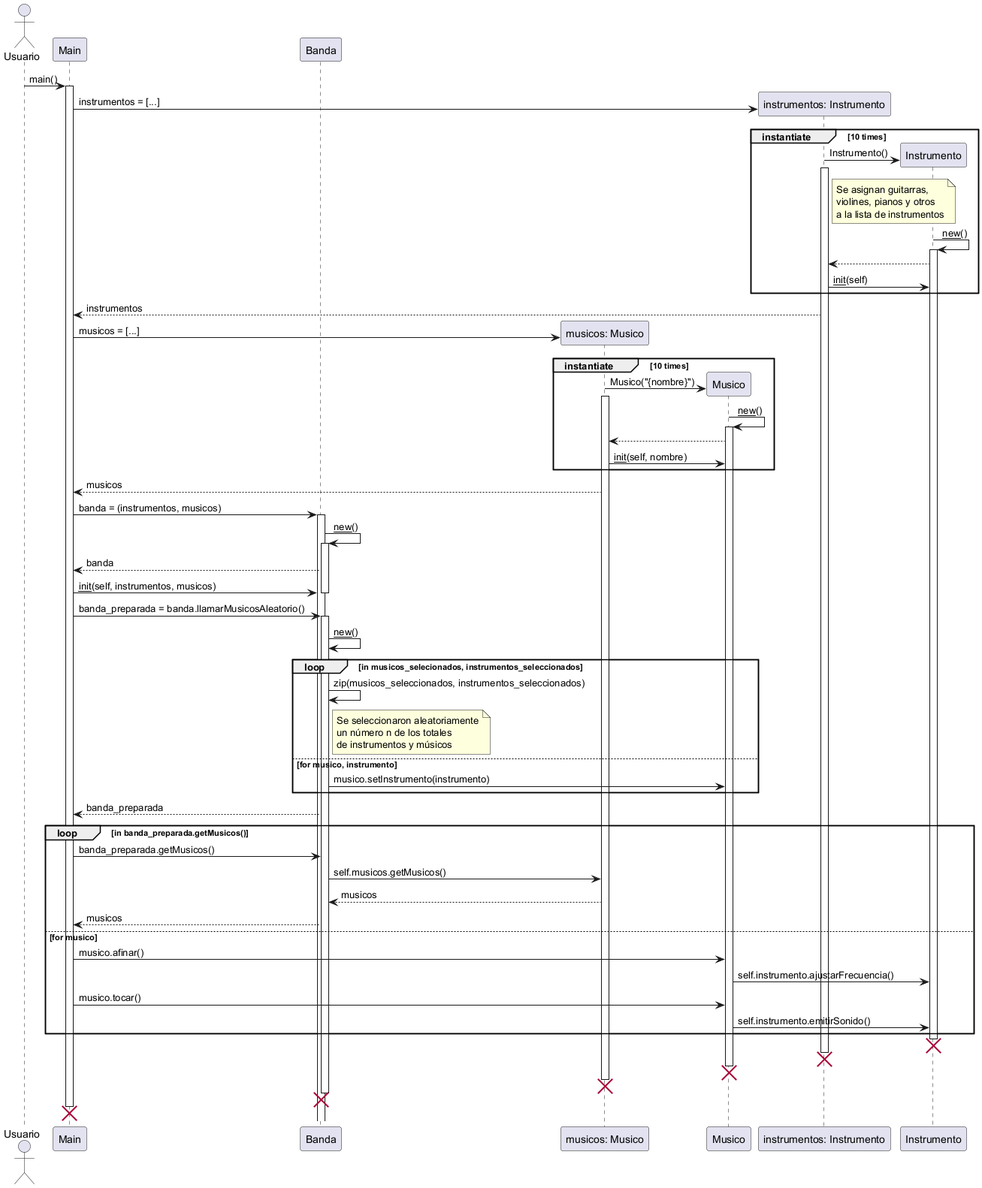
Above: diagramas/imagenes/Diagrama de Secuencia.png in Inaryuta/Entregable-I-Modelos-Programacion-II (PlantUML), before the change.
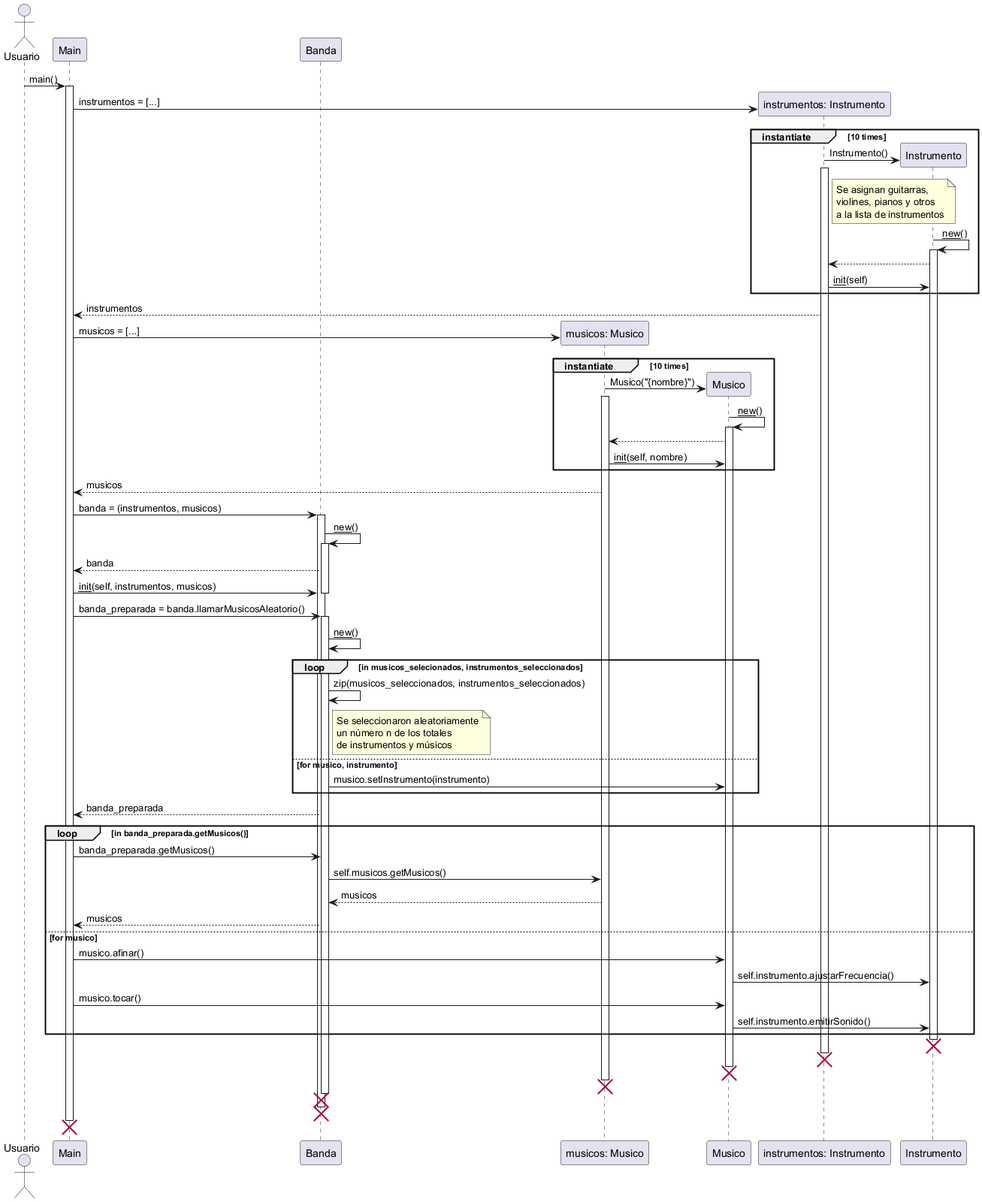
The same file after the commit.

Commit message:
Corrección mínima en diagrama de secuencia

What changed in the source:
```diff
@@ -96,5 +96,6 @@
 destroy Musico
 destroy "musicos: Musico"
 destroy Banda
+destroy Banda
 destroy Main
 @enduml
```
